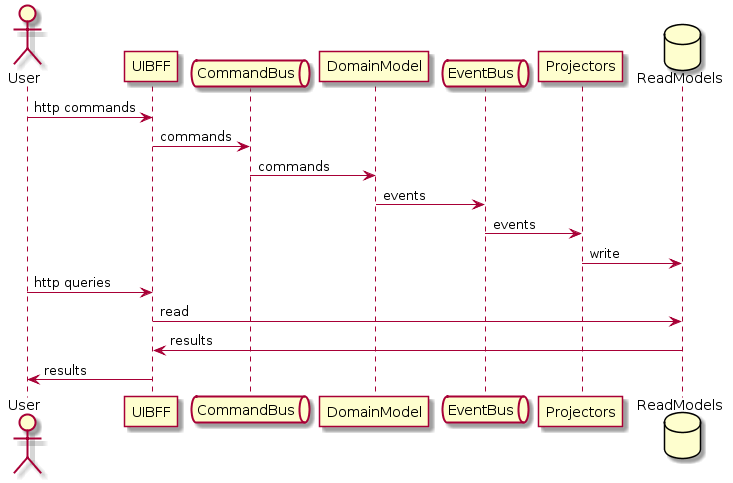
Before: images/cqrs.png, a diagram exported from PlantUML (rolandtritsch/elixir-event-sourcing).
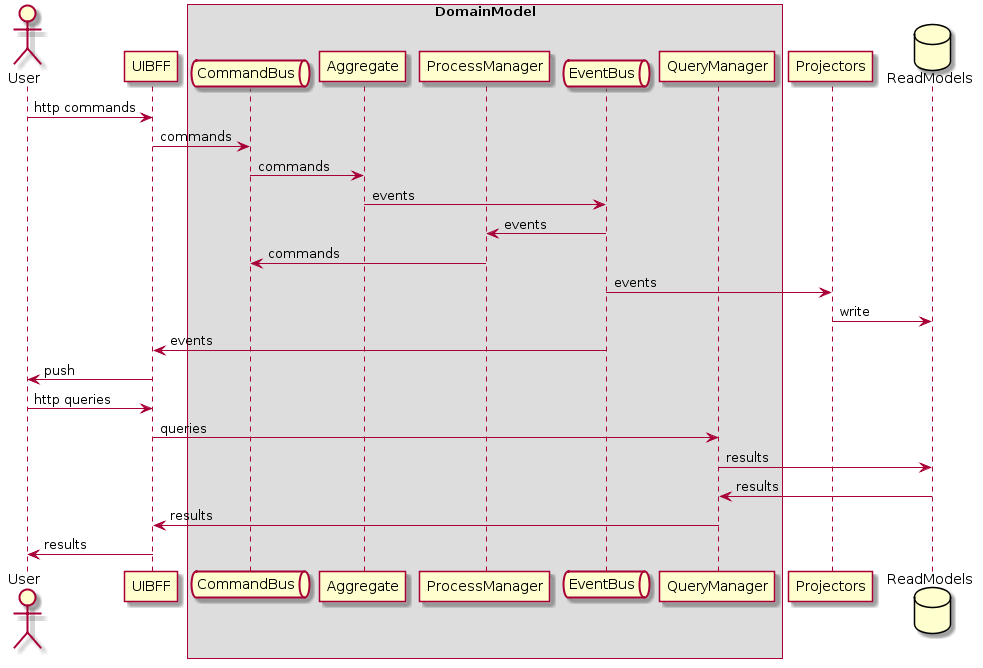
After the change.

Commit message:
Adding Aggregates and ProcessManagers to CQRS diagram.

Diff of the diagram source:
```diff
@@ -2,21 +2,32 @@
 
 actor User
 participant UIBFF
-queue CommandBus
-participant DomainModel
-queue EventBus
+box DomainModel
+  queue CommandBus
+  participant Aggregate
+  participant ProcessManager
+  queue EventBus
+  participant QueryManager
+end box
 participant Projectors
 database ReadModels
 
 User -> UIBFF : http commands
 UIBFF -> CommandBus : commands
-CommandBus -> DomainModel : commands
-DomainModel -> EventBus : events
+CommandBus -> Aggregate : commands
+Aggregate -> EventBus : events
+EventBus -> ProcessManager : events
+ProcessManager -> CommandBus : commands
 EventBus -> Projectors : events
 Projectors -> ReadModels : write
+EventBus -> UIBFF : events
+UIBFF -> User : push
+
 User -> UIBFF : http queries
-UIBFF -> ReadModels : read
-ReadModels ->  UIBFF : results
+UIBFF -> QueryManager : queries
+QueryManager -> ReadModels : results
+ReadModels ->  QueryManager : results
+QueryManager -> UIBFF : results
 UIBFF -> User : results
 
 @enduml
```
